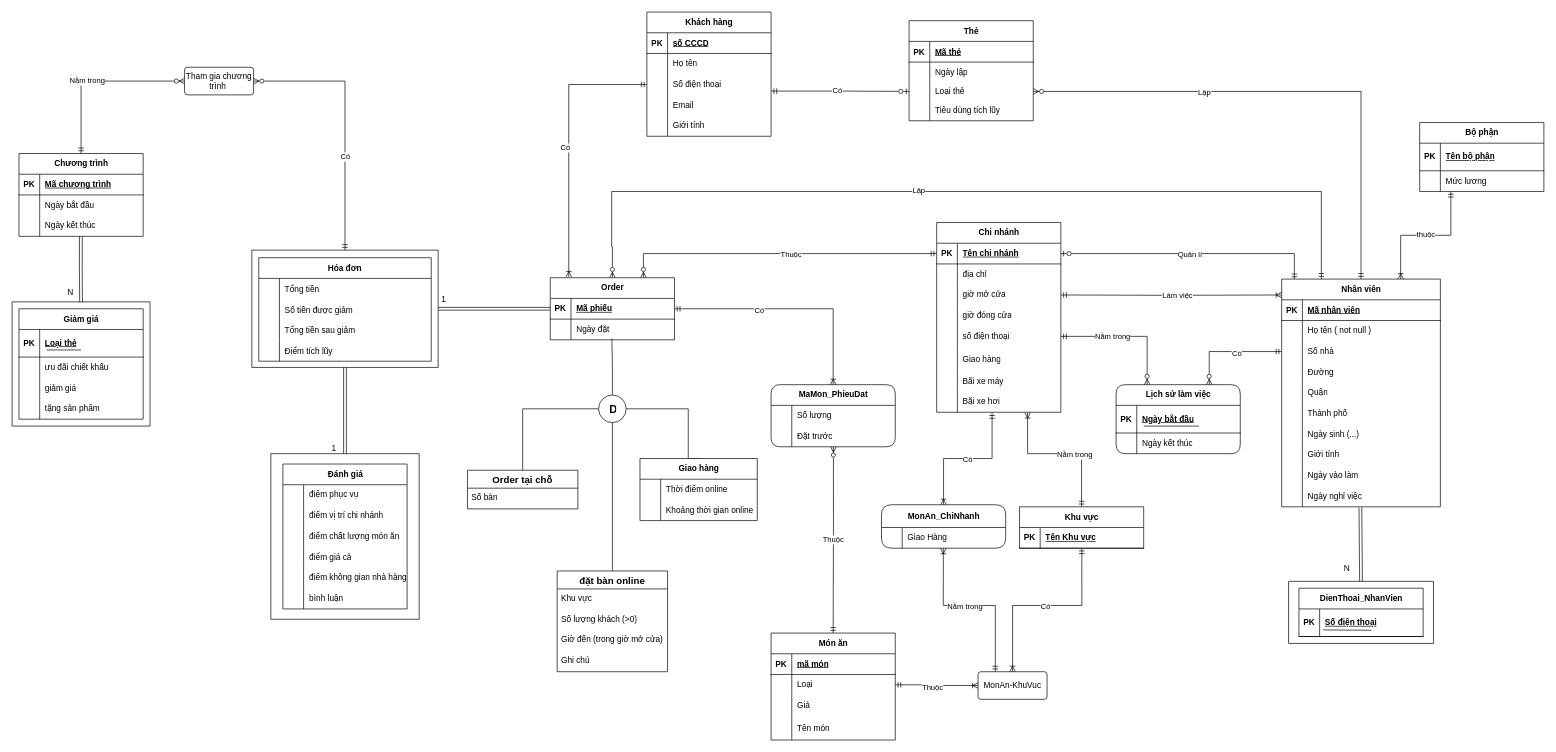
Earlier version of the draw.io diagram ER-SecondHalf.drawio (botbienn/Do-an-sushi-CSDL-22-1-nhom-10). Source tidied: cells renumbered, new cells numbered last; positions are measured from the earlier drawing's top-left corner, leaving out a move shared by most shapes. Both pictures are drawn from the tidied source at 69%, with x=0, y=0 at pixel (12, 12).
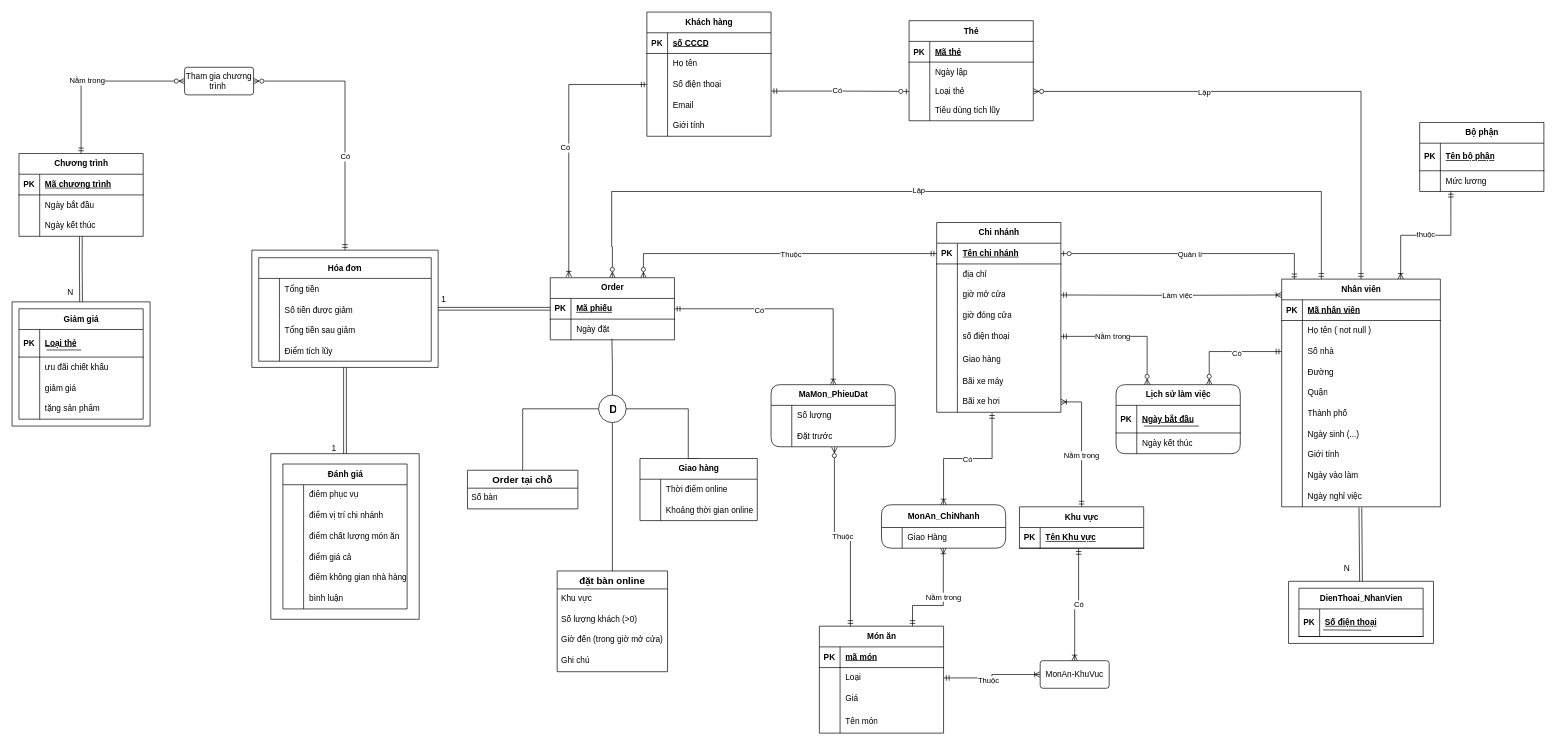
After the change.

The change refers to these unchanged cells:
```xml
<mxCell id="79" style="shape=tableRow;horizontal=0;startSize=0;swimlaneHead=0;swimlaneBody=0;fillColor=none;points=[[0,0.5],[1,0.5]];portConstraint=eastwest;top=0;left=0;right=0;bottom=0;" parent="57" vertex="1">
  <mxGeometry y="245" width="180" height="30" as="geometry" />
</mxCell>
<mxCell id="87" style="shape=tableRow;horizontal=0;startSize=0;swimlaneHead=0;swimlaneBody=0;fillColor=none;points=[[0,0.5],[1,0.5]];portConstraint=eastwest;top=0;left=0;right=0;bottom=0;" parent="83" vertex="1">
  <mxGeometry y="60" width="180" height="30" as="geometry" />
</mxCell>
<mxCell id="165" style="shape=tableRow;horizontal=0;startSize=0;swimlaneHead=0;swimlaneBody=0;fillColor=none;points=[[0,0.5],[1,0.5]];portConstraint=eastwest;top=0;left=0;right=0;bottom=0;" parent="164" vertex="1">
  <mxGeometry y="33" width="180" height="30" as="geometry" />
</mxCell>
<mxCell id="234" value="Khu vực" style="shape=table;startSize=30;childLayout=tableLayout;rowLines=0;fontStyle=1;align=center;html=1;" parent="1" vertex="1">
  <mxGeometry x="1460" y="717" width="180" height="60" as="geometry" />
</mxCell>
<mxCell id="235" style="shape=tableRow;horizontal=0;startSize=0;swimlaneHead=0;swimlaneBody=0;fillColor=none;points=[[0,0.5],[1,0.5]];portConstraint=eastwest;top=0;left=0;right=0;bottom=1;" parent="234" vertex="1">
  <mxGeometry y="30" width="180" height="30" as="geometry" />
</mxCell>
```

The edit, as a diff of the source:
```diff
@@
     <mxCell id="2" value="Món ăn" style="shape=table;startSize=30;childLayout=tableLayout;rowLines=0;fontStyle=1;align=center;html=1;" parent="1" vertex="1">
-      <mxGeometry x="1100" y="900" width="180" height="155" as="geometry" />
+      <mxGeometry x="1170" y="890" width="180" height="155" as="geometry" />
     </mxCell>
@@
-    <mxCell id="82" value="Thuộc" style="edgeStyle=orthogonalEdgeStyle;rounded=0;jettySize=auto;html=1;endArrow=ERmandOne;endFill=0;startArrow=ERzeroToMany;startFill=0;exitX=0.502;exitY=1.001;exitDx=0;exitDy=0;exitPerimeter=0;entryX=0.5;entryY=0;entryDx=0;entryDy=0;" parent="1" edge="1" source="87" target="2">
+    <mxCell id="82" value="Thuộc" style="edgeStyle=orthogonalEdgeStyle;rounded=0;jettySize=auto;html=1;endArrow=ERmandOne;endFill=0;startArrow=ERzeroToMany;startFill=0;exitX=0.51;exitY=1.027;exitDx=0;exitDy=0;exitPerimeter=0;entryX=0.25;entryY=0;entryDx=0;entryDy=0;" parent="1" edge="1" source="87" target="2">
       <mxGeometry relative="1" as="geometry">
         <Array as="points">
-          <mxPoint x="1190" y="760" />
-          <mxPoint x="1190" y="860" />
+          <mxPoint x="1192" y="760" />
+          <mxPoint x="1215" y="760" />
         </Array>
       </mxGeometry>
     </mxCell>
@@
-    <mxCell id="170" style="edgeStyle=orthogonalEdgeStyle;fontSize=12;html=1;endArrow=ERoneToMany;startArrow=ERmandOne;rounded=0;entryX=0.498;entryY=1.001;entryDx=0;entryDy=0;exitX=0.25;exitY=0;exitDx=0;exitDy=0;entryPerimeter=0;startFill=0;endFill=0;" parent="1" edge="1" source="240" target="165">
+    <mxCell id="170" style="edgeStyle=orthogonalEdgeStyle;fontSize=12;html=1;endArrow=ERoneToMany;startArrow=ERmandOne;rounded=0;entryX=0.498;entryY=1.001;entryDx=0;entryDy=0;exitX=0.75;exitY=0;exitDx=0;exitDy=0;entryPerimeter=0;startFill=0;endFill=0;" parent="1" edge="1" source="2" target="165">
       <mxGeometry relative="1" as="geometry">
         <Array as="points">
-          <mxPoint x="1425" y="860" />
+          <mxPoint x="1305" y="860" />
           <mxPoint x="1350" y="860" />
         </Array>
       </mxGeometry>
     </mxCell>
@@
     <mxCell id="240" value="MonAn-KhuVuc" style="rounded=1;arcSize=10;whiteSpace=wrap;html=1;align=center;" parent="1" vertex="1">
-      <mxGeometry x="1400" y="956" width="100" height="40" as="geometry" />
+      <mxGeometry x="1490" y="940" width="100" height="40" as="geometry" />
     </mxCell>
-    <mxCell id="241" style="edgeStyle=orthogonalEdgeStyle;fontSize=12;html=1;endArrow=ERoneToMany;startArrow=ERmandOne;rounded=0;endFill=0;entryX=0.5;entryY=0;entryDx=0;entryDy=0;exitX=0.502;exitY=0.996;exitDx=0;exitDy=0;exitPerimeter=0;" parent="1" edge="1" source="235" target="240">
+    <mxCell id="241" style="edgeStyle=orthogonalEdgeStyle;fontSize=12;html=1;endArrow=ERoneToMany;startArrow=ERmandOne;rounded=0;exitX=0.476;exitY=1.025;exitDx=0;exitDy=0;endFill=0;entryX=0.5;entryY=0;entryDx=0;entryDy=0;exitPerimeter=0;" parent="1" edge="1" source="235" target="240">
       <mxGeometry relative="1" as="geometry">
         <Array as="points">
-          <mxPoint x="1550" y="860" />
-          <mxPoint x="1450" y="860" />
+          <mxPoint x="1546" y="860" />
+          <mxPoint x="1540" y="860" />
         </Array>
       </mxGeometry>
     </mxCell>
@@
-    <mxCell id="243" style="edgeStyle=orthogonalEdgeStyle;fontSize=12;html=1;endArrow=ERmandOne;startArrow=ERoneToMany;rounded=0;entryX=0.5;entryY=0;entryDx=0;entryDy=0;exitX=0.732;exitY=1.014;exitDx=0;exitDy=0;endFill=0;startFill=0;exitPerimeter=0;" parent="1" edge="1" source="79" target="234">
+    <mxCell id="243" style="edgeStyle=orthogonalEdgeStyle;fontSize=12;html=1;endArrow=ERmandOne;startArrow=ERoneToMany;rounded=0;entryX=0.5;entryY=0;entryDx=0;entryDy=0;exitX=1;exitY=0.5;exitDx=0;exitDy=0;endFill=0;startFill=0;" parent="1" edge="1" source="79" target="234">
       <mxGeometry relative="1" as="geometry">
         <Array as="points">
-          <mxPoint x="1472" y="640" />
-          <mxPoint x="1550" y="640" />
+          <mxPoint x="1550" y="565" />
         </Array>
       </mxGeometry>
     </mxCell>
```
